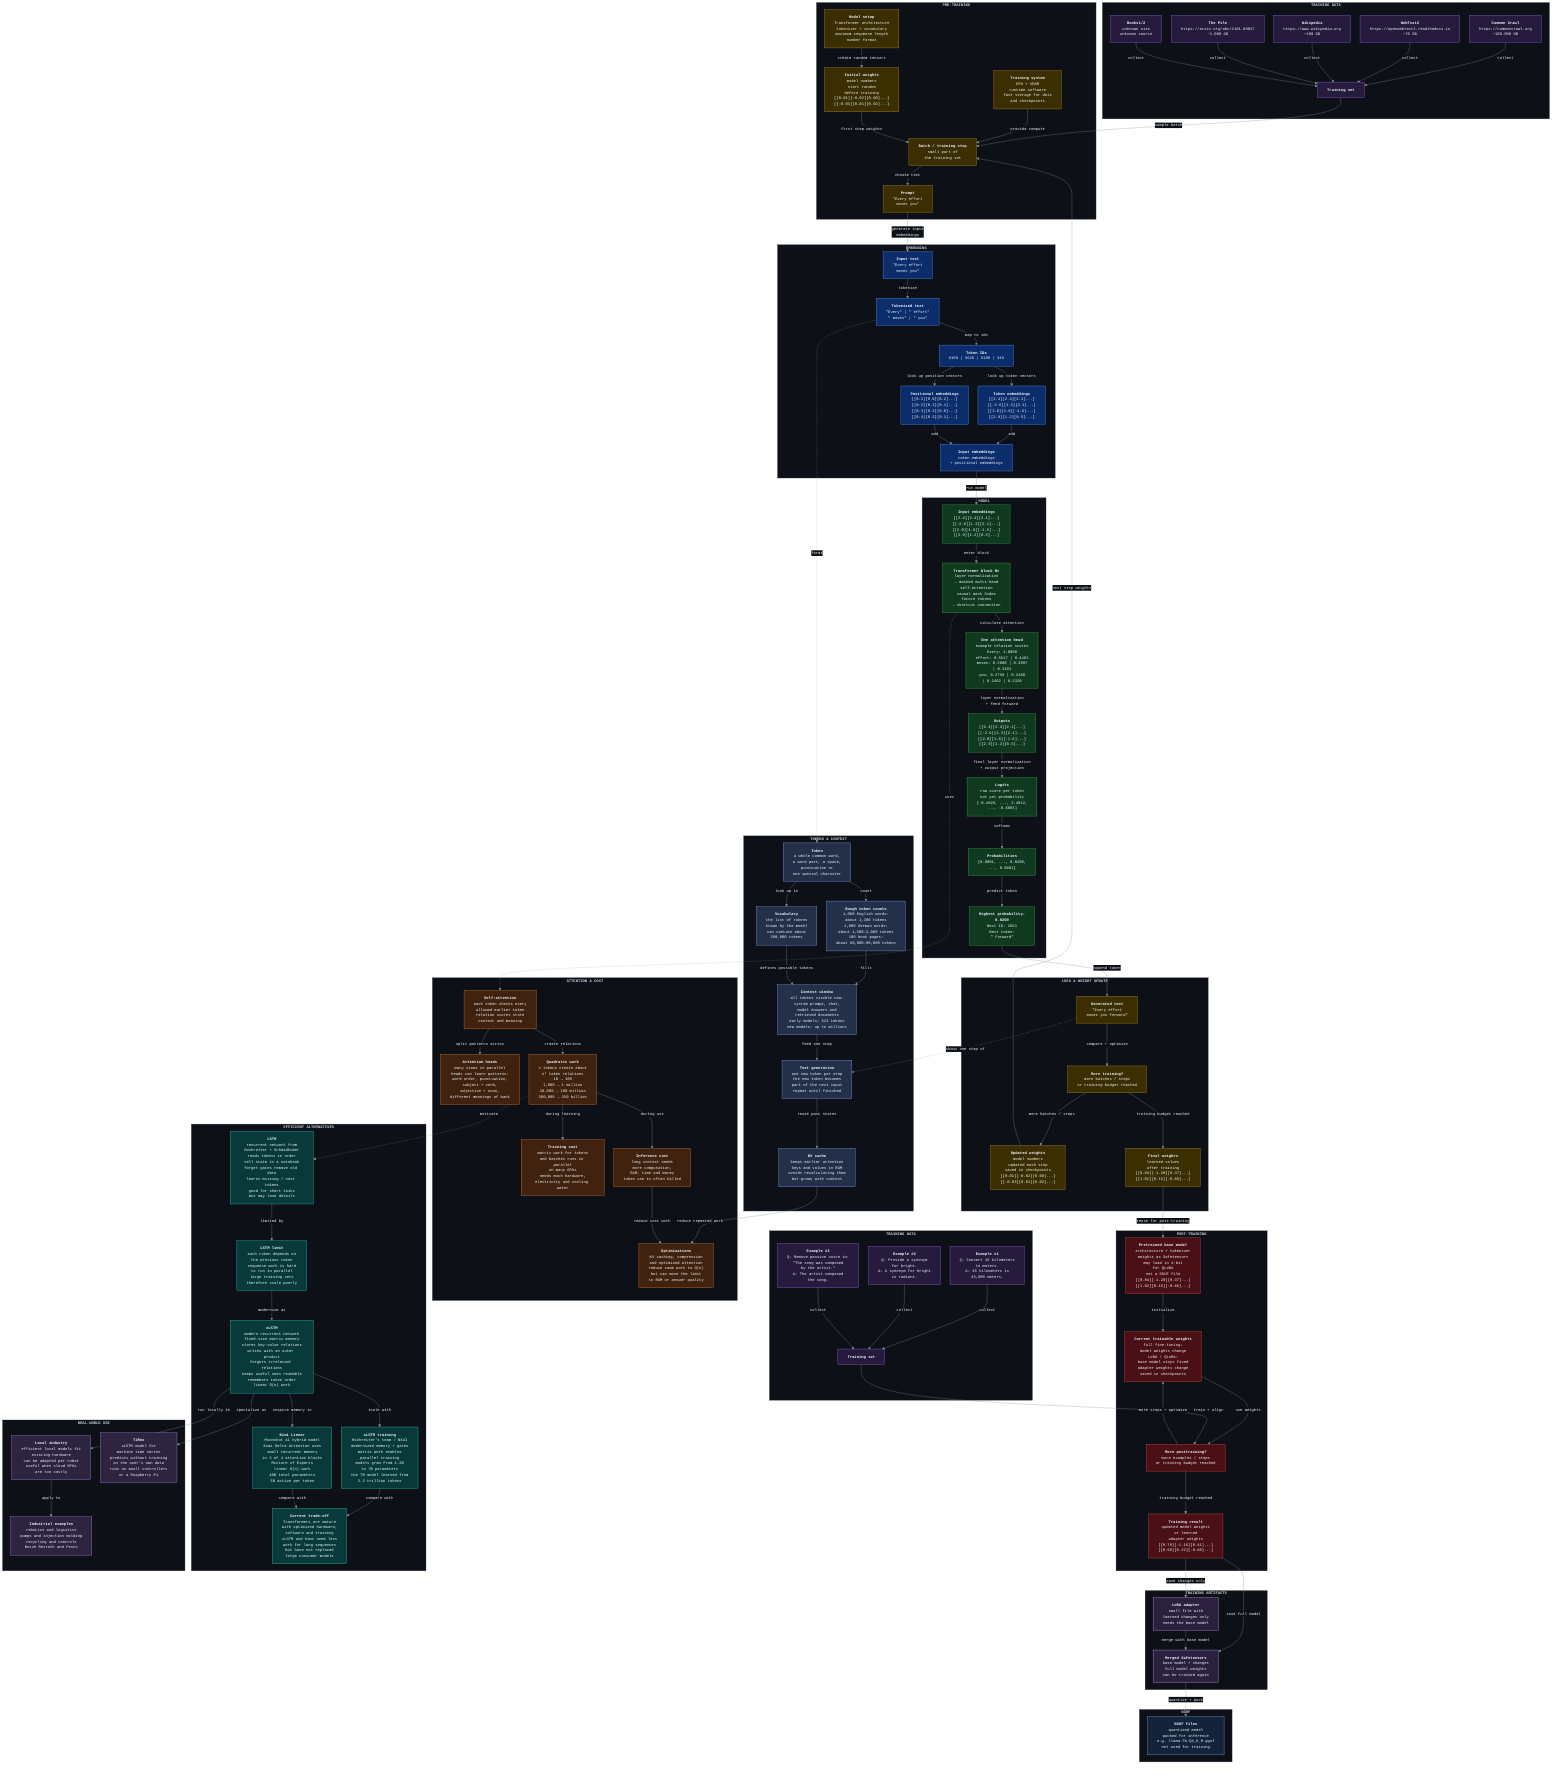
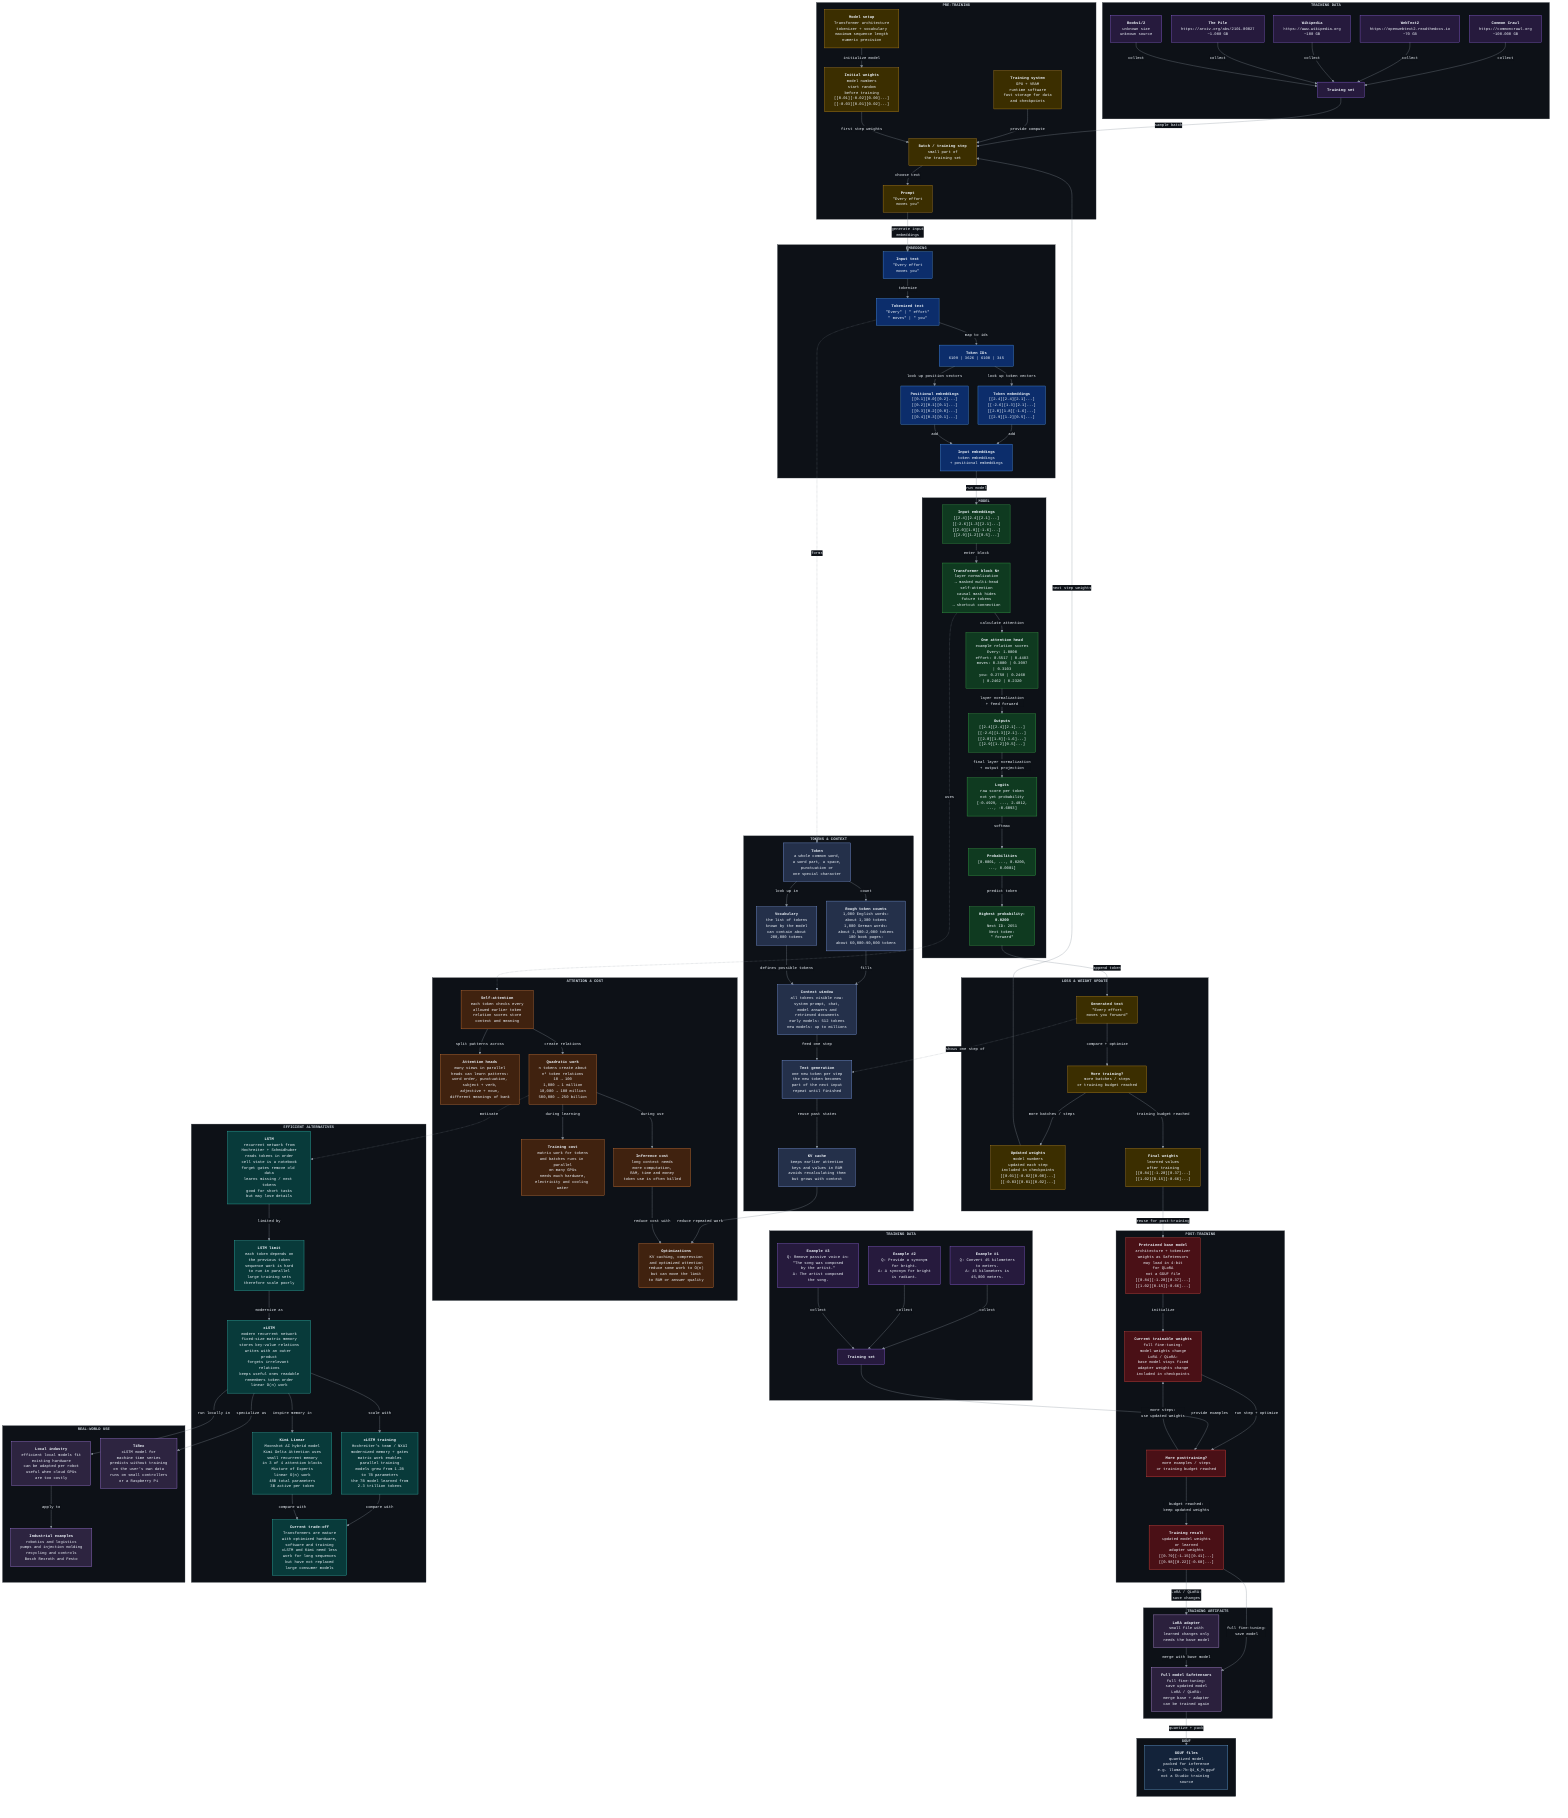
%%{init: {"theme": "base", "themeVariables": {"fontSize": "12px", "fontFamily": "Courier New", "primaryColor": "#161b22", "primaryTextColor": "#f0f6fc", "primaryBorderColor": "#30363d", "secondaryColor": "#161b22", "secondaryTextColor": "#f0f6fc", "secondaryBorderColor": "#30363d", "tertiaryColor": "#161b22", "tertiaryTextColor": "#f0f6fc", "tertiaryBorderColor": "#30363d", "clusterBkg": "#0d1117", "clusterBorder": "#30363d", "titleColor": "#c9d1d9", "lineColor": "#8b949e", "edgeLabelBackground": "#0d1117"}, "flowchart": {"htmlLabels": true, "nodeSpacing": 30, "rankSpacing": 44, "curve": "basis"}}}%%
flowchart TD
    subgraph DATA["<b>TRAINING DATA</b>"]
        D0["<b>Training set</b>"]
        D1["<b>Common Crawl</b><br/>https://commoncrawl.org<br/>~100.000 GB"]
        D2["<b>WebText2</b><br/>https://openwebtext2.readthedocs.io<br/>~70 GB"]
        D3["<b>Wikipedia</b><br/>https://www.wikipedia.org<br/>~100 GB"]
        D4["<b>The Pile</b><br/>https://arxiv.org/abs/2101.00027<br/>~1.000 GB"]
        D5["<b>Books1/2</b><br/>unknown size<br/>unknown source"]
    end

    subgraph PRE["<b>PRE-TRAINING</b>"]
-         P6["<b>Model setup</b><br/>Transformer architecture<br/>tokenizer + vocabulary<br/>maximum sequence length<br/>number format"]
+         P6["<b>Model setup</b><br/>Transformer architecture<br/>tokenizer + vocabulary<br/>maximum sequence length<br/>numeric precision"]
        P7["<b>Training system</b><br/>GPU + VRAM<br/>runtime software<br/>fast storage for data<br/>and checkpoints"]
        W0["<b>Initial weights</b><br/>model numbers<br/>start random<br/>before training<br/>[[0.01][-0.02][0.00]...]<br/>[[-0.03][0.01][0.02]...]"]
        P5["<b>Batch / training step</b><br/>small part of<br/>the training set"]
        F0["<b>Prompt</b><br/>&quot;Every effort<br/>moves you&quot;"]
    end

    subgraph EMB["<b>EMBEDDING</b>"]
        E0["<b>Input text</b><br/>&quot;Every effort<br/>moves you&quot;"]
        E1["<b>Tokenized text</b><br/>&quot;Every&quot; | &quot; effort&quot;<br/>&quot; moves&quot; | &quot; you&quot;"]
        E2["<b>Token IDs</b><br/>6109 | 3626 | 6100 | 345"]
        E3["<b>Token embeddings</b><br/>[[2.4][2.4][2.1]...]<br/>[[-2.6][1.3][2.1]...]<br/>[[2.0][1.8][-1.6]...]<br/>[[2.9][1.2][0.5]...]"]
        E4["<b>Positional embeddings</b><br/>[[0.1][0.0][0.2]...]<br/>[[0.2][0.1][0.1]...]<br/>[[0.3][0.2][0.0]...]<br/>[[0.4][0.3][0.1]...]"]
        E5["<b>Input embeddings</b><br/>token embeddings<br/>+ positional embeddings"]
    end

    subgraph MODEL["<b>MODEL</b>"]
        M0["<b>Input embeddings</b><br/>[[2.4][2.4][2.1]...]<br/>[[-2.6][1.3][2.1]...]<br/>[[2.0][1.8][-1.6]...]<br/>[[2.9][1.2][0.5]...]"]
        M1["<b>Transformer block N×</b><br/>layer normalization<br/>→ masked multi-head<br/>self-attention<br/>causal mask hides<br/>future tokens<br/>→ shortcut connection"]
        M2["<b>One attention head</b><br/>example relation scores<br/>Every: 1.0000<br/>effort: 0.5517 | 0.4483<br/>moves: 0.3800 | 0.3097<br/>| 0.3103<br/>you: 0.2758 | 0.2460<br/>| 0.2462 | 0.2320"]
        M4["<b>Outputs</b><br/>[[2.4][2.4][2.1]...]<br/>[[-2.6][1.3][2.1]...]<br/>[[2.0][1.8][-1.6]...]<br/>[[2.9][1.2][0.5]...]"]
        M6["<b>Logits</b><br/>raw score per token<br/>not yet probability<br/>[-0.4929, ..., 2.4812,<br/>..., -0.6093]"]
        M8["<b>Probabilities</b><br/>[0.0001, ..., 0.0200,<br/>..., 0.0001]"]
        M9["<b>Highest probability:<br/>0.0200</b><br/>Next ID: 2651<br/>Next token:<br/>&quot; forward&quot;"]
    end

    subgraph UPDATE["<b>LOSS & WEIGHT UPDATE</b>"]
-         P0["<b>Updated weights</b><br/>model numbers<br/>updated each step<br/>saved in checkpoints<br/>[[0.01][-0.02][0.00]...]<br/>[[-0.03][0.01][0.02]...]"]
+         P0["<b>Updated weights</b><br/>model numbers<br/>updated each step<br/>included in checkpoints<br/>[[0.01][-0.02][0.00]...]<br/>[[-0.03][0.01][0.02]...]"]
        F3["<b>Generated text</b><br/>&quot;Every effort<br/>moves you forward&quot;"]
        P3["<b>More training?</b><br/>more batches / steps<br/>or training budget reached"]
        P4["<b>Final weights</b><br/>learned values<br/>after training<br/>[[0.84][-1.20][0.37]...]<br/>[[1.02][0.15][-0.66]...]"]
    end

    subgraph POSTDATA["<b>TRAINING DATA</b>"]
        T8["<b>Training set</b>"]
        T1["<b>Example #1</b><br/>Q: Convert 45 kilometers<br/>to meters.<br/>A: 45 kilometers is<br/>45,000 meters."]
        T2["<b>Example #2</b><br/>Q: Provide a synonym<br/>for bright.<br/>A: A synonym for bright<br/>is radiant."]
        T3["<b>Example #3</b><br/>Q: Remove passive voice in:<br/>&quot;The song was composed<br/>by the artist.&quot;<br/>A: The artist composed<br/>the song."]
    end

    subgraph POST["<b>POST-TRAINING</b>"]
        T0["<b>Pretrained base model</b><br/>architecture + tokenizer<br/>weights as Safetensors<br/>may load in 4-bit<br/>for QLoRA<br/>not a GGUF file<br/>[[0.84][-1.20][0.37]...]<br/>[[1.02][0.15][-0.66]...]"]
-         T13["<b>Current trainable weights</b><br/>full fine-tuning:<br/>model weights change<br/>LoRA / QLoRA:<br/>base model stays fixed<br/>adapter weights change<br/>saved in checkpoints"]
+         T13["<b>Current trainable weights</b><br/>full fine-tuning:<br/>model weights change<br/>LoRA / QLoRA:<br/>base model stays fixed<br/>adapter weights change<br/>included in checkpoints"]
        T12["<b>More posttraining?</b><br/>more examples / steps<br/>or training budget reached"]
        T6["<b>Training result</b><br/>updated model weights<br/>or learned<br/>adapter weights<br/>[[0.79][-1.15][0.41]...]<br/>[[0.98][0.22][-0.60]...]"]
    end

    subgraph ARTIFACTS["<b>TRAINING ARTIFACTS</b>"]
        T14["<b>LoRA adapter</b><br/>small file with<br/>learned changes only<br/>needs the base model"]
-         T15["<b>Merged Safetensors</b><br/>base model + changes<br/>full model weights<br/>can be trained again"]
+         T15["<b>Full model Safetensors</b><br/>full fine-tuning:<br/>save updated model<br/>LoRA / QLoRA:<br/>merge base + adapter<br/>can be trained again"]
    end

    subgraph GGUF["<b>GGUF</b>"]
-         T10["<b>GGUF files</b><br/>quantized model<br/>packed for inference<br/>e.g. llama-7b-Q4_K_M.gguf<br/>not used for training"]
+         T10["<b>GGUF files</b><br/>quantized model<br/>packed for inference<br/>e.g. llama-7b-Q4_K_M.gguf<br/>not a Studio training source"]
    end

    subgraph TOKENS["<b>TOKENS & CONTEXT</b>"]
        C0["<b>Token</b><br/>a whole common word,<br/>a word part, a space,<br/>punctuation or<br/>one special character"]
        C1["<b>Rough token counts</b><br/>1,000 English words:<br/>about 1,300 tokens<br/>1,000 German words:<br/>about 1,500–2,000 tokens<br/>100 book pages:<br/>about 60,000–90,000 tokens"]
        C2["<b>Vocabulary</b><br/>the list of tokens<br/>known by the model<br/>can contain about<br/>200,000 tokens"]
        C3["<b>Context window</b><br/>all tokens visible now:<br/>system prompt, chat,<br/>model answers and<br/>retrieved documents<br/>early models: 512 tokens<br/>new models: up to millions"]
        C4["<b>Text generation</b><br/>one new token per step<br/>the new token becomes<br/>part of the next input<br/>repeat until finished"]
        C5["<b>KV cache</b><br/>keeps earlier attention<br/>keys and values in RAM<br/>avoids recalculating them<br/>but grows with context"]
    end

    subgraph COST["<b>ATTENTION & COST</b>"]
        A0["<b>Self-attention</b><br/>each token checks every<br/>allowed earlier token<br/>relation scores store<br/>context and meaning"]
        A1["<b>Attention heads</b><br/>many views in parallel<br/>heads can learn patterns:<br/>word order, punctuation,<br/>subject + verb,<br/>adjective + noun,<br/>different meanings of bank"]
        A2["<b>Quadratic work</b><br/>n tokens create about<br/>n² token relations<br/>10 → 100<br/>1,000 → 1 million<br/>10,000 → 100 million<br/>500,000 → 250 billion"]
        A3["<b>Training cost</b><br/>matrix work for tokens<br/>and batches runs in parallel<br/>on many GPUs<br/>needs much hardware,<br/>electricity and cooling water"]
        A4["<b>Inference cost</b><br/>long context needs<br/>more computation,<br/>RAM, time and money<br/>token use is often billed"]
        A5["<b>Optimizations</b><br/>KV caching, compression<br/>and optimized attention<br/>reduce some work to O(n)<br/>but can move the limit<br/>to RAM or answer quality"]
    end

    subgraph ALT["<b>EFFICIENT ALTERNATIVES</b>"]
        L0["<b>LSTM</b><br/>recurrent network from<br/>Hochreiter + Schmidhuber<br/>reads tokens in order<br/>cell state is a notebook<br/>forget gates remove old data<br/>learns missing / next tokens<br/>good for short tasks<br/>but may lose details"]
        L1["<b>LSTM limit</b><br/>each token depends on<br/>the previous token<br/>sequence work is hard<br/>to run in parallel<br/>large training sets<br/>therefore scale poorly"]
        L2["<b>xLSTM</b><br/>modern recurrent network<br/>fixed-size matrix memory<br/>stores key-value relations<br/>writes with an outer product<br/>forgets irrelevant relations<br/>keeps useful ones readable<br/>remembers token order<br/>linear O(n) work"]
        L3["<b>xLSTM training</b><br/>Hochreiter's team / NXAI<br/>modernized memory + gates<br/>matrix work enables<br/>parallel training<br/>models grew from 1.2B<br/>to 7B parameters<br/>the 7B model learned from<br/>2.3 trillion tokens"]
        L4["<b>Kimi Linear</b><br/>Moonshot AI hybrid model<br/>Kimi Delta Attention uses<br/>small recurrent memory<br/>in 3 of 4 attention blocks<br/>Mixture of Experts<br/>linear O(n) work<br/>48B total parameters<br/>3B active per token"]
        L5["<b>Current trade-off</b><br/>Transformers are mature<br/>with optimized hardware,<br/>software and training<br/>xLSTM and Kimi need less<br/>work for long sequences<br/>but have not replaced<br/>large consumer models"]
    end

    subgraph USE["<b>REAL-WORLD USE</b>"]
        U0["<b>Local industry</b><br/>efficient local models fit<br/>existing hardware<br/>can be adapted per robot<br/>useful when cloud GPUs<br/>are too costly"]
        U1["<b>Industrial examples</b><br/>robotics and logistics<br/>pumps and injection molding<br/>recycling and controls<br/>Bosch Rexroth and Festo"]
        U2["<b>TiRex</b><br/>xLSTM model for<br/>machine time series<br/>predicts without training<br/>on the user's own data<br/>runs on small controllers<br/>or a Raspberry Pi"]
    end

    D1 -->|collect| D0
    D2 -->|collect| D0
    D3 -->|collect| D0
    D4 -->|collect| D0
    D5 -->|collect| D0
    D0 -->|sample batch| P5
-     P6 -->|create random tensors| W0
+     P6 -->|initialize model| W0
    P7 -->|provide compute| P5
    P0 -->|next step weights| P5
    W0 -->|first step weights| P5
    P5 -->|choose text| F0
    F0 -->|generate input<br/>embeddings| E0
    E0 -->|tokenize| E1
    E1 -->|map to ids| E2
    E2 -->|look up token vectors| E3
    E2 -->|look up position vectors| E4
    E3 -->|add| E5
    E4 -->|add| E5
    E5 -->|run model| M0
    M0 -->|enter block| M1
    M1 -->|calculate attention| M2
    M2 -->|layer normalization<br/>+ feed forward| M4
    M4 -->|final layer normalization<br/>+ output projection| M6
    M6 -->|softmax| M8
    M8 -->|predict token| M9
    M9 -->|append token| F3
    F3 -->|compare + optimize| P3
    P3 -->|more batches / steps| P0
    P3 -->|training budget reached| P4
    P4 -->|reuse for post-training| T0
    T1 -->|collect| T8
    T2 -->|collect| T8
    T3 -->|collect| T8
    T0 -->|initialize| T13
-     T13 -->|use weights| T12
-     T8 -->|train + align| T12
-     T12 -->|more steps + optimize| T13
-     T12 -->|training budget reached| T6
-     T6 -->|save changes only| T14
-     T6 -->|save full model| T15
+     T13 -->|run step + optimize| T12
+     T8 -->|provide examples| T12
+     T12 -->|more steps:<br/>use updated weights| T13
+     T12 -->|budget reached:<br/>keep updated weights| T6
+     T6 -->|LoRA / QLoRA:<br/>save changes| T14
+     T6 -->|full fine-tuning:<br/>save model| T15
    T14 -->|merge with base model| T15
    T15 -->|quantize + pack| T10
    E1 -.->|forms| C0
    C0 -->|count| C1
    C0 -->|look up in| C2
    C1 -->|fills| C3
    C2 -->|defines possible tokens| C3
    C3 -->|feed one step| C4
    F3 -.->|shows one step of| C4
    C4 -->|reuse past states| C5
    M1 -.->|uses| A0
    A0 -->|split patterns across| A1
    A0 -->|create relations| A2
    A2 -->|during learning| A3
    A2 -->|during use| A4
    C5 -->|reduce repeated work| A5
    A4 -->|reduce cost with| A5
    A2 -.->|motivate| L0
    L0 -->|limited by| L1
    L1 -->|modernize as| L2
    L2 -->|scale with| L3
    L2 -->|inspire memory in| L4
    L3 -->|compare with| L5
    L4 -->|compare with| L5
    L2 -->|run locally in| U0
    U0 -->|apply to| U1
    L2 -->|specialize as| U2

    classDef data fill:#261a3d,stroke:#a371f7,stroke-width:1px,color:#f0f6fc;
    classDef train fill:#3b2e00,stroke:#d29922,stroke-width:1px,color:#f0f6fc;
    classDef embed fill:#0c2d6b,stroke:#58a6ff,stroke-width:1px,color:#f0f6fc;
    classDef model fill:#0f3a20,stroke:#3fb950,stroke-width:1px,color:#f0f6fc;
    classDef post fill:#4a1016,stroke:#f85149,stroke-width:1px,color:#f0f6fc;
    classDef gguf fill:#13233a,stroke:#79c0ff,stroke-width:1px,color:#f0f6fc;
    classDef weights fill:#3b2e00,stroke:#d29922,stroke-width:1px,color:#f0f6fc;
    classDef context fill:#24304a,stroke:#8cafff,stroke-width:1px,color:#f0f6fc;
    classDef cost fill:#40220f,stroke:#f0883e,stroke-width:1px,color:#f0f6fc;
    classDef alternative fill:#083a3a,stroke:#39d0c3,stroke-width:1px,color:#f0f6fc;
    classDef use fill:#2d2440,stroke:#bc8cff,stroke-width:1px,color:#f0f6fc;
    classDef artifact fill:#2b203d,stroke:#d2a8ff,stroke-width:1px,color:#f0f6fc;
    class D0,D1,D2,D3,D4,D5 data;
    class P0,P3,P4,P5,P6,P7,F0,F3 train;
    class E0,E1,E2,E3,E4,E5 embed;
    class M0,M1,M2,M4,M6,M8,M9 model;
    class T1,T2,T3,T8 data;
    class T0,T6,T12,T13 post;
    class T10 gguf;
    class T14,T15 artifact;
    class W0 weights;
    class C0,C1,C2,C3,C4,C5 context;
    class A0,A1,A2,A3,A4,A5 cost;
    class L0,L1,L2,L3,L4,L5 alternative;
    class U0,U1,U2 use;

    click D1 "https://commoncrawl.org" "Open Common Crawl"
    click D2 "https://openwebtext2.readthedocs.io" "Open WebText2"
    click D3 "https://www.wikipedia.org" "Open Wikipedia"
    click D4 "https://arxiv.org/abs/2101.00027" "Open The Pile"
    click L2 "https://github.com/NX-AI/xlstm" "Open xLSTM"
    click L4 "https://github.com/MoonshotAI/Kimi-Linear" "Open Kimi Linear"
    click U2 "https://github.com/NX-AI/tirex" "Open TiRex"
